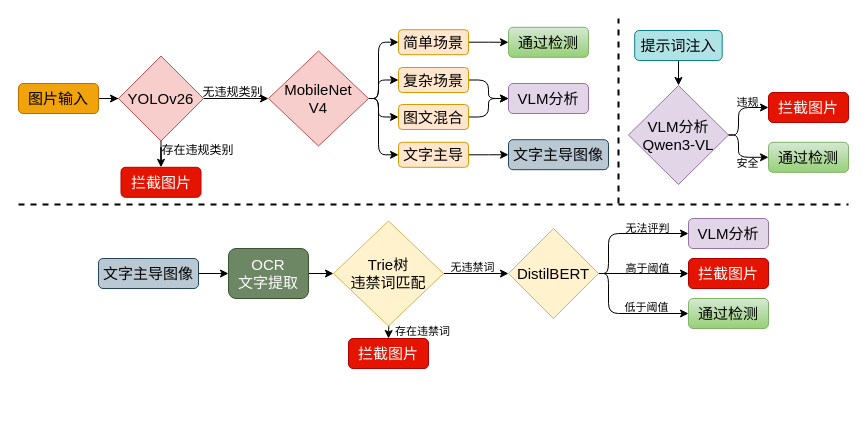
Above: 本科项目/违规图片检测.drawio in Heart-ttt/picture-table (draw.io), before the change. Source tidied: cells renumbered, new cells numbered last; positions are measured from the earlier drawing's top-left corner, leaving out a move shared by most shapes. Both pictures are drawn from the tidied source at 100%, with x=0, y=0 at pixel (18, 18).
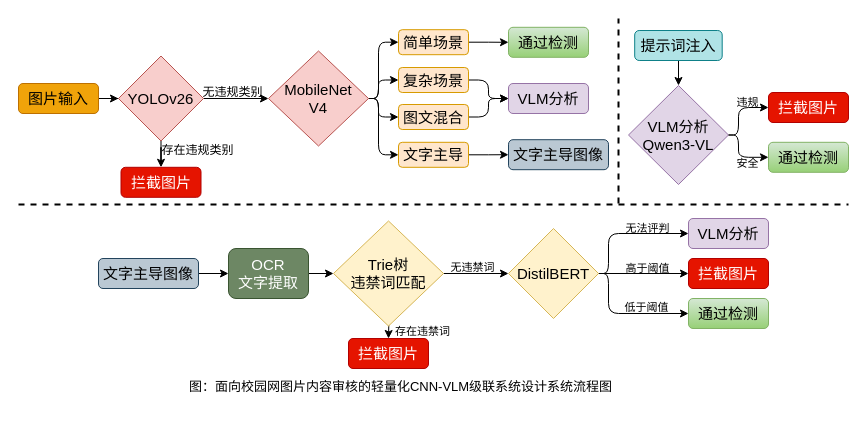
Above is the later version.

Commit message:
更新违规图片检测.drawio

Diff of the diagram source:
```diff
@@
+    <mxCell id="57" value="&lt;font style=&quot;font-size: 13px;&quot;&gt;图：&lt;span style=&quot;background-color: transparent;&quot;&gt;面向校园网图片内容审核的轻量化CNN-VLM级联系统设计系统流程图&lt;/span&gt;&lt;/font&gt;&lt;div&gt;&lt;span style=&quot;background-color: transparent; color: light-dark(rgb(0, 0, 0), rgb(255, 255, 255));&quot;&gt;&lt;br&gt;&lt;/span&gt;&lt;/div&gt;" style="text;html=1;whiteSpace=wrap;strokeColor=none;fillColor=none;align=center;verticalAlign=middle;rounded=0;" parent="1" vertex="1">
+      <mxGeometry x="160" y="360" width="445" height="30" as="geometry" />
+    </mxCell>
```
